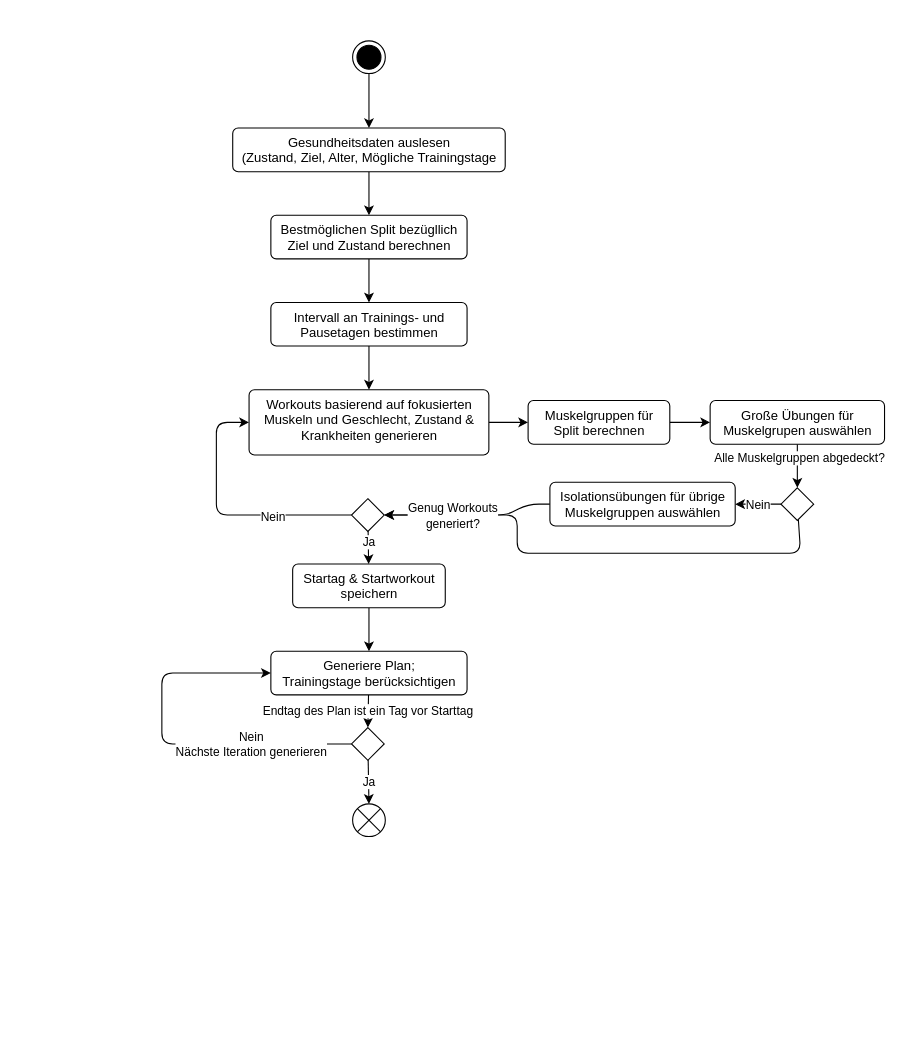
The draw.io diagram documentation/workoutgeneration.drawio in Patsch36/SweatFlix, before the edit. Source tidied: cells renumbered, new cells numbered last; positions are measured from the earlier drawing's top-left corner, leaving out a move shared by most shapes. Both pictures are drawn from the tidied source at 109%, with x=0, y=0 at pixel (161, 40).
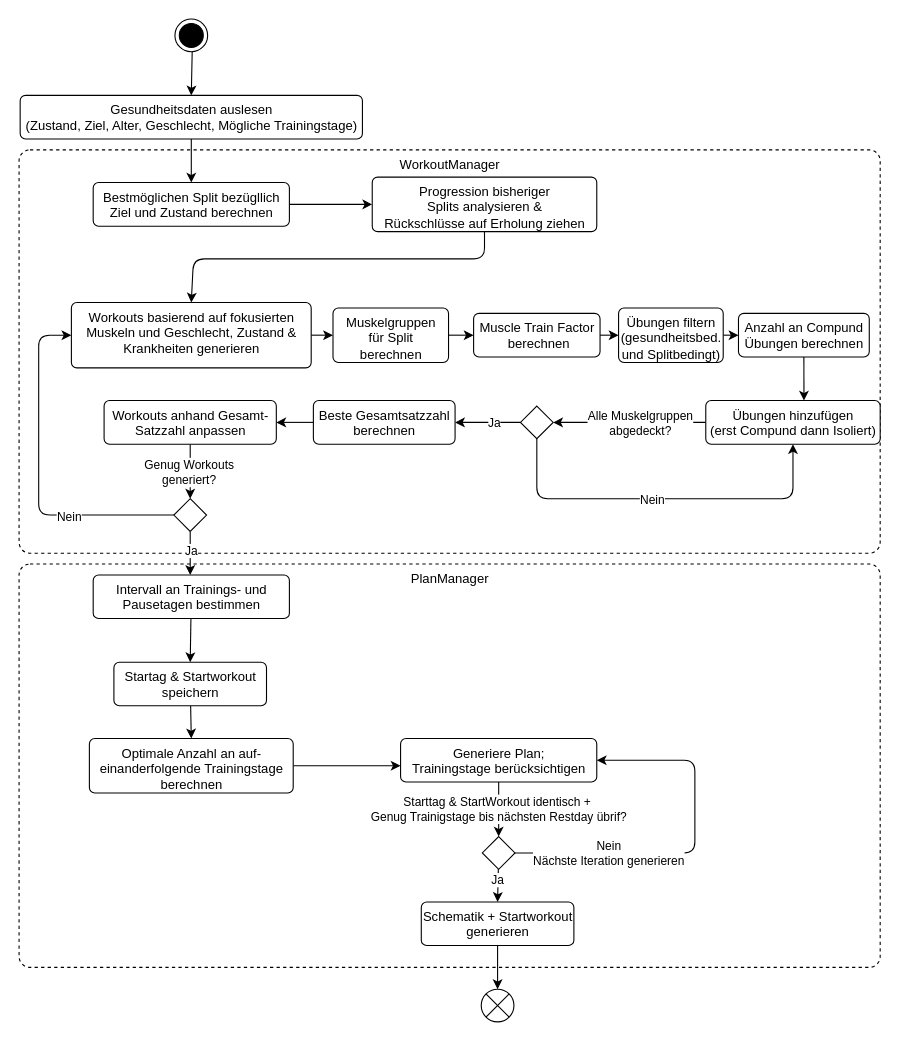
Above is the later version.

Commit message (it also covers changes not shown here):
add: diagramms, fix: Display plan-workouts if less workouts than t in scheme

The edit, as a diff of the source:
```diff
@@
+    <mxCell id="38" value="WorkoutManager" style="html=1;align=center;verticalAlign=top;rounded=1;absoluteArcSize=1;arcSize=20;dashed=1;" parent="1" vertex="1">
+      <mxGeometry x="-131" y="100" width="790" height="370" as="geometry" />
+    </mxCell>
+    <mxCell id="39" value="PlanManager" style="html=1;align=center;verticalAlign=top;rounded=1;absoluteArcSize=1;arcSize=20;dashed=1;" parent="1" vertex="1">
+      <mxGeometry x="-131" y="480" width="790" height="370" as="geometry" />
+    </mxCell>
@@
     <mxCell id="3" style="ellipse;html=1;shape=endState;fillColor=strokeColor;" parent="1" vertex="1">
-      <mxGeometry x="175" width="30" height="30" as="geometry" />
+      <mxGeometry x="12" y="-20" width="30" height="30" as="geometry" />
     </mxCell>
@@
-    <mxCell id="5" value="Gesundheitsdaten auslesen &lt;br&gt;(Zustand, Ziel, Alter, Mögliche Trainingstage" style="html=1;align=center;verticalAlign=top;rounded=1;absoluteArcSize=1;arcSize=10;dashed=0;" parent="1" vertex="1">
-      <mxGeometry x="65" y="80" width="250" height="40" as="geometry" />
+    <mxCell id="5" value="Gesundheitsdaten auslesen &lt;br&gt;(Zustand, Ziel, Alter, Geschlecht, Mögliche Trainingstage)" style="html=1;align=center;verticalAlign=top;rounded=1;absoluteArcSize=1;arcSize=10;dashed=0;" parent="1" vertex="1">
+      <mxGeometry x="-130" y="50" width="314" height="40" as="geometry" />
     </mxCell>
-    <mxCell id="6" style="edgeStyle=none;html=1;entryX=0.5;entryY=0;entryDx=0;entryDy=0;" parent="1" edge="1" source="7" target="15">
+    <mxCell id="6" style="edgeStyle=none;html=1;entryX=0.5;entryY=0;entryDx=0;entryDy=0;" parent="1" edge="1" source="7" target="55">
       <mxGeometry relative="1" as="geometry" />
     </mxCell>
     <mxCell id="7" value="Startag &amp;amp; Startworkout&lt;br&gt;speichern" style="html=1;align=center;verticalAlign=top;rounded=1;absoluteArcSize=1;arcSize=10;dashed=0;" parent="1" vertex="1">
-      <mxGeometry x="120" y="480" width="140" height="40" as="geometry" />
+      <mxGeometry x="-44" y="570" width="140" height="40" as="geometry" />
     </mxCell>
-    <mxCell id="8" style="edgeStyle=none;html=1;entryX=0.5;entryY=0;entryDx=0;entryDy=0;" parent="1" edge="1" source="9" target="11">
-      <mxGeometry relative="1" as="geometry" />
-    </mxCell>
+    <mxCell id="40" style="edgeStyle=none;html=1;entryX=0;entryY=0.5;entryDx=0;entryDy=0;" parent="1" edge="1" source="9" target="59">
+      <mxGeometry relative="1" as="geometry" />
+    </mxCell>
     <mxCell id="9" value="Bestmöglichen Split bezügllich &lt;br&gt;Ziel und Zustand berechnen" style="html=1;align=center;verticalAlign=top;rounded=1;absoluteArcSize=1;arcSize=10;dashed=0;" parent="1" vertex="1">
-      <mxGeometry x="100" y="160" width="180" height="40" as="geometry" />
+      <mxGeometry x="-63" y="130" width="180" height="40" as="geometry" />
     </mxCell>
-    <mxCell id="10" style="edgeStyle=none;html=1;entryX=0.5;entryY=0;entryDx=0;entryDy=0;" parent="1" edge="1" source="11" target="13">
-      <mxGeometry relative="1" as="geometry" />
-    </mxCell>
+    <mxCell id="41" style="edgeStyle=none;html=1;entryX=0.5;entryY=0;entryDx=0;entryDy=0;" parent="1" edge="1" source="11" target="7">
+      <mxGeometry relative="1" as="geometry" />
+    </mxCell>
     <mxCell id="11" value="Intervall an Trainings- und &lt;br&gt;Pausetagen bestimmen" style="html=1;align=center;verticalAlign=top;rounded=1;absoluteArcSize=1;arcSize=10;dashed=0;" parent="1" vertex="1">
-      <mxGeometry x="100" y="240" width="180" height="40" as="geometry" />
+      <mxGeometry x="-63" y="490" width="180" height="40" as="geometry" />
     </mxCell>
@@
     <mxCell id="13" value="Workouts basierend auf fokusierten &lt;br&gt;Muskeln und Geschlecht, Zustand &amp;amp; &lt;br&gt;Krankheiten generieren" style="html=1;align=center;verticalAlign=top;rounded=1;absoluteArcSize=1;arcSize=10;dashed=0;" parent="1" vertex="1">
-      <mxGeometry x="80" y="320" width="220" height="60" as="geometry" />
+      <mxGeometry x="-83" y="240" width="220" height="60" as="geometry" />
     </mxCell>
-    <mxCell id="14" value="Endtag des Plan ist ein Tag vor Starttag" style="edgeStyle=none;html=1;entryX=0.5;entryY=0;entryDx=0;entryDy=0;" parent="1" edge="1" source="15" target="24">
+    <mxCell id="14" value="Starttag &amp;amp; StartWorkout identisch +&amp;nbsp;&lt;br&gt;Genug Trainigstage bis nächsten Restday übrif?" style="edgeStyle=none;html=1;entryX=0.5;entryY=0;entryDx=0;entryDy=0;" parent="1" edge="1" source="15" target="24">
       <mxGeometry relative="1" as="geometry" />
     </mxCell>
     <mxCell id="15" value="Generiere Plan;&lt;br&gt;Trainingstage berücksichtigen" style="html=1;align=center;verticalAlign=top;rounded=1;absoluteArcSize=1;arcSize=10;dashed=0;" parent="1" vertex="1">
-      <mxGeometry x="100" y="560" width="180" height="40" as="geometry" />
+      <mxGeometry x="219" y="640" width="180" height="40" as="geometry" />
     </mxCell>
     <mxCell id="16" style="edgeStyle=none;html=1;entryX=0;entryY=0.5;entryDx=0;entryDy=0;" parent="1" edge="1" source="20" target="13">
       <mxGeometry relative="1" as="geometry">
         <Array as="points">
-          <mxPoint x="50" y="435" />
-          <mxPoint x="50" y="350" />
+          <mxPoint x="-113" y="435" />
+          <mxPoint x="-113" y="270" />
         </Array>
       </mxGeometry>
     </mxCell>
@@
-    <mxCell id="18" style="edgeStyle=none;html=1;" parent="1" edge="1" source="20" target="7">
-      <mxGeometry relative="1" as="geometry" />
+    <mxCell id="18" style="edgeStyle=none;html=1;entryX=0.5;entryY=0;entryDx=0;entryDy=0;" parent="1" edge="1" source="20">
+      <mxGeometry relative="1" as="geometry">
+        <mxPoint x="26" y="490" as="targetPoint" />
+      </mxGeometry>
     </mxCell>
@@
     <mxCell id="20" style="rhombus;" parent="1" vertex="1">
-      <mxGeometry x="174" y="420" width="30" height="30" as="geometry" />
+      <mxGeometry x="11" y="420" width="30" height="30" as="geometry" />
     </mxCell>
-    <mxCell id="21" style="edgeStyle=none;html=1;entryX=0;entryY=0.5;entryDx=0;entryDy=0;" parent="1" edge="1" source="24" target="15">
+    <mxCell id="21" style="edgeStyle=none;html=1;" parent="1" edge="1" source="24">
       <mxGeometry relative="1" as="geometry">
+        <mxPoint x="399" y="660" as="targetPoint" />
         <Array as="points">
-          <mxPoint y="645" />
-          <mxPoint y="580" />
+          <mxPoint x="489" y="745" />
+          <mxPoint x="489" y="660" />
         </Array>
       </mxGeometry>
     </mxCell>
     <mxCell id="22" value="Nein&lt;br&gt;Nächste Iteration generieren" style="edgeLabel;html=1;align=center;verticalAlign=middle;" parent="21" vertex="1">
       <mxGeometry x="-0.19" relative="1" as="geometry">
-        <mxPoint x="44" as="offset" />
+        <mxPoint x="-53" as="offset" />
       </mxGeometry>
     </mxCell>
-    <mxCell id="23" value="Ja" style="edgeStyle=none;html=1;entryX=0.5;entryY=0;entryDx=0;entryDy=0;" parent="1" edge="1" source="24" target="25">
-      <mxGeometry relative="1" as="geometry" />
+    <mxCell id="23" value="Ja" style="edgeStyle=none;html=1;entryX=0.5;entryY=0;entryDx=0;entryDy=0;" parent="1" edge="1" source="24" target="53">
+      <mxGeometry x="-0.33" relative="1" as="geometry" />
     </mxCell>
     <mxCell id="24" style="rhombus;" parent="1" vertex="1">
-      <mxGeometry x="174" y="630" width="30" height="30" as="geometry" />
+      <mxGeometry x="294" y="730" width="30" height="30" as="geometry" />
     </mxCell>
     <mxCell id="25" style="shape=sumEllipse;perimeter=ellipsePerimeter;whiteSpace=wrap;html=1;backgroundOutline=1;" parent="1" vertex="1">
-      <mxGeometry x="175" y="700" width="30" height="30" as="geometry" />
+      <mxGeometry x="293" y="870" width="30" height="30" as="geometry" />
     </mxCell>
-    <mxCell id="26" style="edgeStyle=none;html=1;entryX=0;entryY=0.5;entryDx=0;entryDy=0;" parent="1" edge="1" source="27" target="30">
-      <mxGeometry relative="1" as="geometry" />
-    </mxCell>
+    <mxCell id="42" style="edgeStyle=none;html=1;entryX=0;entryY=0.5;entryDx=0;entryDy=0;" parent="1" edge="1" source="27" target="47">
+      <mxGeometry relative="1" as="geometry" />
+    </mxCell>
-    <mxCell id="27" value="Muskelgruppen für &lt;br&gt;Split berechnen" style="html=1;align=center;verticalAlign=top;rounded=1;absoluteArcSize=1;arcSize=10;dashed=0;" parent="1" vertex="1">
-      <mxGeometry x="336" y="330" width="130" height="40" as="geometry" />
+    <mxCell id="27" value="Muskelgruppen &lt;br&gt;für Split &lt;br&gt;berechnen" style="html=1;align=center;verticalAlign=top;rounded=1;absoluteArcSize=1;arcSize=10;dashed=0;" parent="1" vertex="1">
+      <mxGeometry x="157" y="245" width="106" height="50" as="geometry" />
     </mxCell>
-    <mxCell id="28" style="edgeStyle=none;html=1;entryX=0.5;entryY=0;entryDx=0;entryDy=0;" parent="1" edge="1" source="30" target="34">
+    <mxCell id="28" style="edgeStyle=none;html=1;entryX=1;entryY=0.5;entryDx=0;entryDy=0;" parent="1" edge="1" source="30" target="34">
       <mxGeometry relative="1" as="geometry" />
     </mxCell>
-    <mxCell id="29" value="Alle Muskelgruppen abgedeckt?" style="edgeLabel;html=1;align=center;verticalAlign=middle;" parent="28" vertex="1">
-      <mxGeometry x="-0.42" y="1" relative="1" as="geometry" />
+    <mxCell id="29" value="Alle Muskelgruppen&lt;br&gt;abgedeckt?" style="edgeLabel;html=1;align=center;verticalAlign=middle;" parent="28" vertex="1">
+      <mxGeometry x="-0.42" y="1" relative="1" as="geometry">
+        <mxPoint x="-20" y="-1" as="offset" />
+      </mxGeometry>
     </mxCell>
-    <mxCell id="30" value="Große Übungen für &lt;br&gt;Muskelgrupen auswählen" style="html=1;align=center;verticalAlign=top;rounded=1;absoluteArcSize=1;arcSize=10;dashed=0;" parent="1" vertex="1">
-      <mxGeometry x="503" y="330" width="160" height="40" as="geometry" />
+    <mxCell id="30" value="Übungen hinzufügen &lt;br&gt;(erst Compund dann Isoliert)" style="html=1;align=center;verticalAlign=top;rounded=1;absoluteArcSize=1;arcSize=10;dashed=0;" parent="1" vertex="1">
+      <mxGeometry x="499" y="330" width="160" height="40" as="geometry" />
     </mxCell>
-    <mxCell id="31" style="edgeStyle=none;html=1;exitX=0;exitY=0.5;exitDx=0;exitDy=0;entryX=1;entryY=0.5;entryDx=0;entryDy=0;" parent="1" edge="1" source="34" target="37">
-      <mxGeometry relative="1" as="geometry" />
+    <mxCell id="31" style="edgeStyle=none;html=1;exitX=0.5;exitY=1;exitDx=0;exitDy=0;entryX=0.5;entryY=1;entryDx=0;entryDy=0;" parent="1" edge="1" source="34" target="30">
+      <mxGeometry relative="1" as="geometry">
+        <Array as="points">
+          <mxPoint x="344" y="420" />
+          <mxPoint x="579" y="420" />
+        </Array>
+      </mxGeometry>
     </mxCell>
     <mxCell id="32" value="Nein" style="edgeLabel;html=1;align=center;verticalAlign=middle;" parent="31" vertex="1">
       <mxGeometry x="-0.43" y="3" relative="1" as="geometry">
-        <mxPoint x="-10" y="-3" as="offset" />
+        <mxPoint x="63" y="3" as="offset" />
       </mxGeometry>
     </mxCell>
-    <mxCell id="33" style="edgeStyle=none;html=1;entryX=1;entryY=0.5;entryDx=0;entryDy=0;" parent="1" edge="1" source="34" target="20">
-      <mxGeometry relative="1" as="geometry">
-        <Array as="points">
-          <mxPoint x="586" y="470" />
-          <mxPoint x="326" y="470" />
-          <mxPoint x="326" y="435" />
-        </Array>
-      </mxGeometry>
-    </mxCell>
+    <mxCell id="43" style="edgeStyle=none;html=1;entryX=1;entryY=0.5;entryDx=0;entryDy=0;" parent="1" edge="1" source="34" target="49">
+      <mxGeometry relative="1" as="geometry" />
+    </mxCell>
+    <mxCell id="44" value="Ja" style="edgeLabel;html=1;align=center;verticalAlign=middle;" parent="43" vertex="1">
+      <mxGeometry x="0.66" y="1" relative="1" as="geometry">
+        <mxPoint x="25" y="-1" as="offset" />
+      </mxGeometry>
+    </mxCell>
     <mxCell id="34" style="rhombus;" parent="1" vertex="1">
-      <mxGeometry x="568" y="410" width="30" height="30" as="geometry" />
+      <mxGeometry x="329" y="335" width="30" height="30" as="geometry" />
     </mxCell>
-    <mxCell id="35" style="edgeStyle=none;html=1;exitX=0;exitY=0.5;exitDx=0;exitDy=0;entryX=1;entryY=0.5;entryDx=0;entryDy=0;" parent="1" edge="1" source="37" target="20">
-      <mxGeometry relative="1" as="geometry">
-        <Array as="points">
-          <mxPoint x="336" y="425" />
-          <mxPoint x="316" y="435" />
-          <mxPoint x="266" y="435" />
-        </Array>
-      </mxGeometry>
+    <mxCell id="35" style="edgeStyle=none;html=1;exitX=0.5;exitY=1;exitDx=0;exitDy=0;entryX=0.5;entryY=0;entryDx=0;entryDy=0;" parent="1" edge="1" source="45" target="20">
+      <mxGeometry relative="1" as="geometry" />
     </mxCell>
@@
-    <mxCell id="37" value="Isolationsübungen für übrige &lt;br&gt;Muskelgruppen auswählen" style="html=1;align=center;verticalAlign=top;rounded=1;absoluteArcSize=1;arcSize=10;dashed=0;" parent="1" vertex="1">
-      <mxGeometry x="356" y="405" width="170" height="40" as="geometry" />
-    </mxCell>
+    <mxCell id="45" value="Workouts anhand Gesamt-&lt;br&gt;Satzzahl anpassen" style="html=1;align=center;verticalAlign=top;rounded=1;absoluteArcSize=1;arcSize=10;dashed=0;" parent="1" vertex="1">
+      <mxGeometry x="-53" y="330" width="158" height="40" as="geometry" />
+    </mxCell>
+    <mxCell id="46" style="edgeStyle=none;html=1;entryX=0;entryY=0.5;entryDx=0;entryDy=0;" parent="1" edge="1" source="47" target="57">
+      <mxGeometry relative="1" as="geometry" />
+    </mxCell>
+    <mxCell id="47" value="Muscle Train Factor&lt;br&gt;&amp;nbsp;berechnen" style="html=1;align=center;verticalAlign=top;rounded=1;absoluteArcSize=1;arcSize=10;dashed=0;" parent="1" vertex="1">
+      <mxGeometry x="286" y="250" width="116" height="40" as="geometry" />
+    </mxCell>
+    <mxCell id="48" style="edgeStyle=none;html=1;entryX=1;entryY=0.5;entryDx=0;entryDy=0;" parent="1" edge="1" source="49" target="45">
+      <mxGeometry relative="1" as="geometry" />
+    </mxCell>
+    <mxCell id="49" value="Beste Gesamtsatzzahl&lt;br&gt;berechnen" style="html=1;align=center;verticalAlign=top;rounded=1;absoluteArcSize=1;arcSize=10;dashed=0;" parent="1" vertex="1">
+      <mxGeometry x="139" y="330" width="130" height="40" as="geometry" />
+    </mxCell>
+    <mxCell id="50" style="edgeStyle=none;html=1;exitX=0.5;exitY=1;exitDx=0;exitDy=0;entryX=0.563;entryY=0;entryDx=0;entryDy=0;entryPerimeter=0;" parent="1" edge="1" source="51" target="30">
+      <mxGeometry relative="1" as="geometry" />
+    </mxCell>
+    <mxCell id="51" value="Anzahl an Compund &lt;br&gt;Übungen berechnen" style="html=1;align=center;verticalAlign=top;rounded=1;absoluteArcSize=1;arcSize=10;dashed=0;" parent="1" vertex="1">
+      <mxGeometry x="529" y="250" width="120" height="40" as="geometry" />
+    </mxCell>
+    <mxCell id="52" style="edgeStyle=none;html=1;exitX=0.5;exitY=1;exitDx=0;exitDy=0;entryX=0.5;entryY=0;entryDx=0;entryDy=0;" parent="1" edge="1" source="53" target="25">
+      <mxGeometry relative="1" as="geometry" />
+    </mxCell>
+    <mxCell id="53" value="Schematik + Startworkout&lt;br&gt;generieren" style="html=1;align=center;verticalAlign=top;rounded=1;absoluteArcSize=1;arcSize=10;dashed=0;" parent="1" vertex="1">
+      <mxGeometry x="238" y="790" width="140" height="40" as="geometry" />
+    </mxCell>
+    <mxCell id="54" style="edgeStyle=none;html=1;entryX=0;entryY=0.625;entryDx=0;entryDy=0;entryPerimeter=0;" parent="1" edge="1" source="55" target="15">
+      <mxGeometry relative="1" as="geometry" />
+    </mxCell>
+    <mxCell id="55" value="Optimale Anzahl an auf-&lt;br&gt;einanderfolgende Trainingstage&lt;br&gt;berechnen" style="html=1;align=center;verticalAlign=top;rounded=1;absoluteArcSize=1;arcSize=10;dashed=0;" parent="1" vertex="1">
+      <mxGeometry x="-66.5" y="640" width="187" height="50" as="geometry" />
+    </mxCell>
+    <mxCell id="56" style="edgeStyle=none;html=1;entryX=0;entryY=0.5;entryDx=0;entryDy=0;" parent="1" edge="1" source="57" target="51">
+      <mxGeometry relative="1" as="geometry" />
+    </mxCell>
+    <mxCell id="57" value="Übungen filtern&lt;br&gt;(gesundheitsbed.&lt;br&gt;und Splitbedingt)" style="html=1;align=center;verticalAlign=top;rounded=1;absoluteArcSize=1;arcSize=10;dashed=0;" parent="1" vertex="1">
+      <mxGeometry x="419" y="245" width="96" height="50" as="geometry" />
+    </mxCell>
+    <mxCell id="58" style="edgeStyle=none;html=1;entryX=0.5;entryY=0;entryDx=0;entryDy=0;" parent="1" edge="1" source="59" target="13">
+      <mxGeometry relative="1" as="geometry">
+        <Array as="points">
+          <mxPoint x="296" y="200" />
+          <mxPoint x="29" y="200" />
+        </Array>
+      </mxGeometry>
+    </mxCell>
+    <mxCell id="59" value="Progression bisheriger&lt;br&gt;Splits analysieren &amp;amp;&lt;br&gt;Rückschlüsse auf Erholung ziehen" style="html=1;align=center;verticalAlign=top;rounded=1;absoluteArcSize=1;arcSize=10;dashed=0;" parent="1" vertex="1">
+      <mxGeometry x="193" y="125" width="206" height="50" as="geometry" />
+    </mxCell>
```
